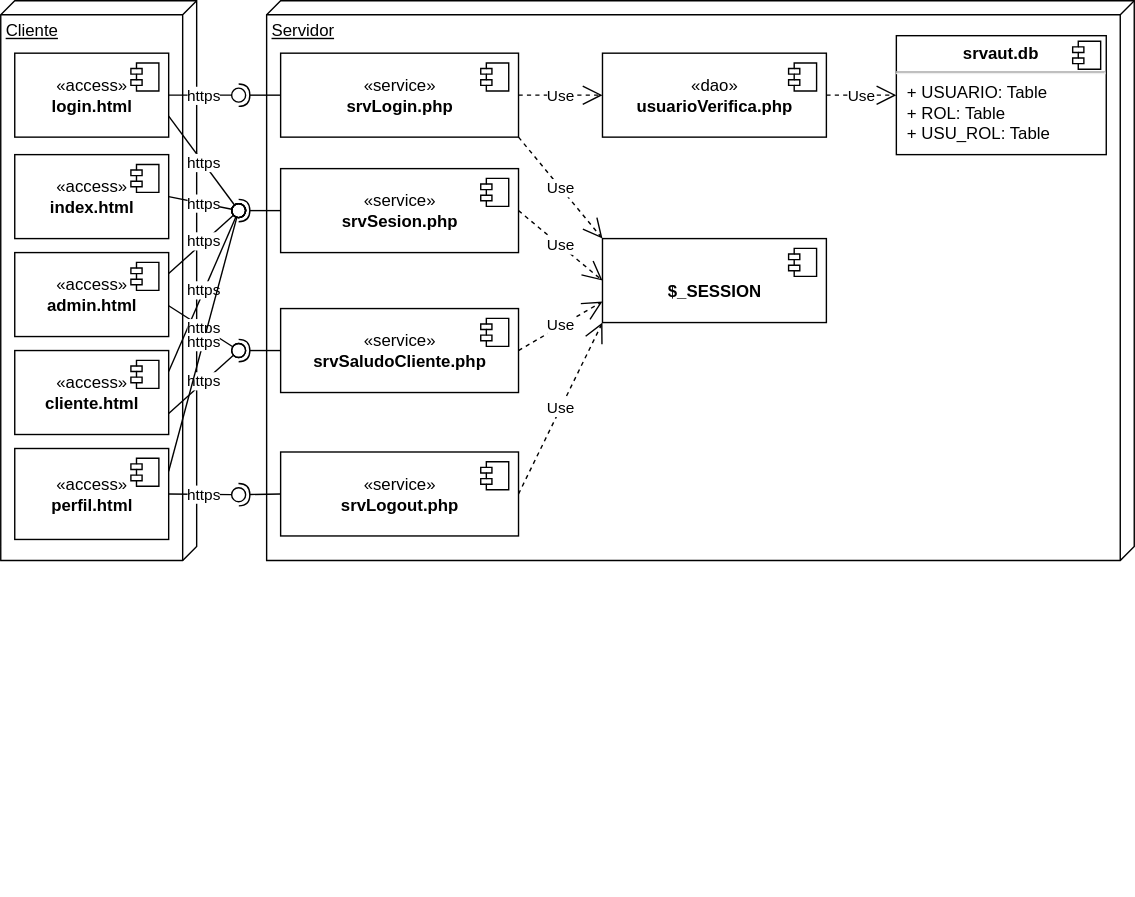
The draw.io diagram docs/img/m19aut/autdeploy.drawio.svg in gilpgawoas/gilpgawoas.github.io, before a commit. Source tidied: cells renumbered, new cells last; positions are measured from the earlier drawing's top-left corner, leaving out a move shared by most shapes.
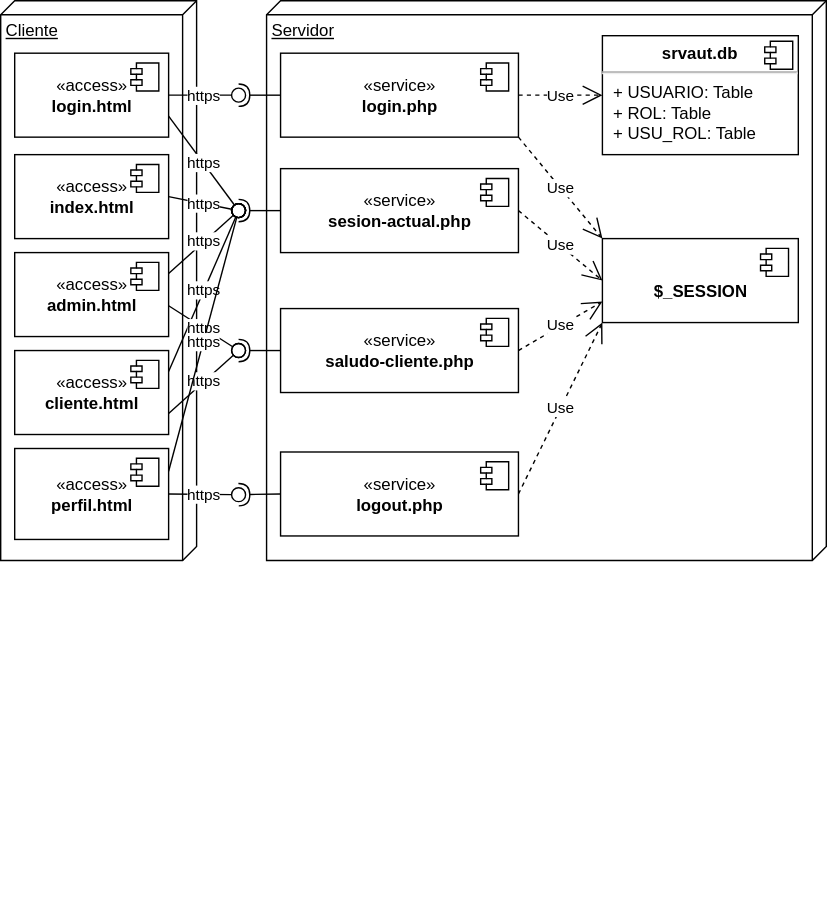
After the commit.

The edit, as a diff of the source:
```diff
@@ -14,9 +14,9 @@
       </mxGeometry>
     </mxCell>
     <mxCell id="5" value="Servidor" style="verticalAlign=top;align=left;spacingTop=8;spacingLeft=2;spacingRight=12;shape=cube;size=10;direction=south;fontStyle=4;html=1;" parent="1" vertex="1">
-      <mxGeometry x="190" width="620" height="400" as="geometry" />
+      <mxGeometry x="190" width="400" height="400" as="geometry" />
     </mxCell>
-    <mxCell id="6" value="«service»&lt;br&gt;&lt;b&gt;srvLogout.php&lt;/b&gt;" style="html=1;" parent="1" vertex="1">
+    <mxCell id="6" value="«service»&lt;br&gt;&lt;b&gt;logout.php&lt;/b&gt;" style="html=1;" parent="1" vertex="1">
       <mxGeometry x="200" y="322.5" width="170" height="60" as="geometry" />
     </mxCell>
     <mxCell id="7" style="shape=module;jettyWidth=8;jettyHeight=4;" parent="6" vertex="1">
@@ -31,22 +31,14 @@
       <mxGeometry relative="1" as="geometry" />
     </mxCell>
     <mxCell id="10" value="&lt;p style=&quot;margin:0px;margin-top:6px;text-align:center;&quot;&gt;&lt;b&gt;srvaut.db&lt;/b&gt;&lt;/p&gt;&lt;hr&gt;&lt;p style=&quot;margin:0px;margin-left:8px;&quot;&gt;+ USUARIO: Table&lt;/p&gt;&lt;p style=&quot;margin:0px;margin-left:8px;&quot;&gt;+ ROL: Table&lt;/p&gt;&lt;p style=&quot;margin:0px;margin-left:8px;&quot;&gt;+ USU_ROL: Table&lt;/p&gt;" style="align=left;overflow=fill;html=1;" parent="1" vertex="1">
-      <mxGeometry x="640" y="25" width="150" height="85" as="geometry" />
+      <mxGeometry x="430" y="25" width="140" height="85" as="geometry" />
     </mxCell>
     <mxCell id="11" style="shape=component;jettyWidth=8;jettyHeight=4;" parent="10" vertex="1">
       <mxGeometry x="1" width="20" height="20" relative="1" as="geometry">
         <mxPoint x="-24" y="4" as="offset" />
       </mxGeometry>
     </mxCell>
-    <mxCell id="12" value="«dao»&lt;br&gt;&lt;b style=&quot;border-color: var(--border-color);&quot;&gt;usuario&lt;/b&gt;&lt;b&gt;Verifica.php&lt;/b&gt;" style="html=1;" parent="1" vertex="1">
-      <mxGeometry x="430" y="37.5" width="160" height="60" as="geometry" />
-    </mxCell>
-    <mxCell id="13" style="shape=module;jettyWidth=8;jettyHeight=4;" parent="12" vertex="1">
-      <mxGeometry x="1" width="20" height="20" relative="1" as="geometry">
-        <mxPoint x="-27" y="7" as="offset" />
-      </mxGeometry>
-    </mxCell>
-    <mxCell id="14" value="Use" style="endArrow=open;endSize=12;dashed=1;html=1;rounded=0;exitX=1;exitY=0.5;exitDx=0;exitDy=0;entryX=0;entryY=0.5;entryDx=0;entryDy=0;" parent="1" edge="1" source="12" target="10">
+    <mxCell id="14" value="Use" style="endArrow=open;endSize=12;dashed=1;html=1;rounded=0;exitX=1;exitY=0.5;exitDx=0;exitDy=0;entryX=0;entryY=0.5;entryDx=0;entryDy=0;" parent="1" edge="1" source="21" target="10">
       <mxGeometry relative="1" as="geometry" />
     </mxCell>
     <mxCell id="15" value="«access»&lt;br&gt;&lt;b&gt;index.html&lt;/b&gt;" style="html=1;" parent="1" vertex="1">
@@ -66,14 +58,14 @@
       </mxGeometry>
     </mxCell>
     <mxCell id="19" value="&lt;br&gt;&lt;b&gt;$_SESSION&lt;/b&gt;" style="html=1;" parent="1" vertex="1">
-      <mxGeometry x="430" y="170" width="160" height="60" as="geometry" />
+      <mxGeometry x="430" y="170" width="140" height="60" as="geometry" />
     </mxCell>
     <mxCell id="20" style="shape=module;jettyWidth=8;jettyHeight=4;" parent="19" vertex="1">
       <mxGeometry x="1" width="20" height="20" relative="1" as="geometry">
         <mxPoint x="-27" y="7" as="offset" />
       </mxGeometry>
     </mxCell>
-    <mxCell id="21" value="«service»&lt;br&gt;&lt;b&gt;srvLogin&lt;/b&gt;&lt;b&gt;.php&lt;/b&gt;" style="html=1;" parent="1" vertex="1">
+    <mxCell id="21" value="«service»&lt;br&gt;&lt;b&gt;login&lt;/b&gt;&lt;b&gt;.php&lt;/b&gt;" style="html=1;" parent="1" vertex="1">
       <mxGeometry x="200" y="37.5" width="170" height="60" as="geometry" />
     </mxCell>
     <mxCell id="22" style="shape=module;jettyWidth=8;jettyHeight=4;" parent="21" vertex="1">
@@ -81,7 +73,7 @@
         <mxPoint x="-27" y="7" as="offset" />
       </mxGeometry>
     </mxCell>
-    <mxCell id="23" value="«service»&lt;br&gt;&lt;b&gt;srvSaludoCliente.php&lt;/b&gt;" style="html=1;" parent="1" vertex="1">
+    <mxCell id="23" value="«service»&lt;br&gt;&lt;b&gt;saludo-cliente.php&lt;/b&gt;" style="html=1;" parent="1" vertex="1">
       <mxGeometry x="200" y="220" width="170" height="60" as="geometry" />
     </mxCell>
     <mxCell id="24" style="shape=module;jettyWidth=8;jettyHeight=4;" parent="23" vertex="1">
@@ -98,7 +90,7 @@
         <mxPoint x="170" y="97.5" as="targetPoint" />
       </mxGeometry>
     </mxCell>
-    <mxCell id="27" value="«service»&lt;br&gt;&lt;b&gt;srvSesion&lt;/b&gt;&lt;b&gt;.php&lt;/b&gt;" style="html=1;" parent="1" vertex="1">
+    <mxCell id="27" value="«service»&lt;br&gt;&lt;b&gt;sesion-actual&lt;/b&gt;&lt;b&gt;.php&lt;/b&gt;" style="html=1;" parent="1" vertex="1">
       <mxGeometry x="200" y="120" width="170" height="60" as="geometry" />
     </mxCell>
     <mxCell id="28" style="shape=module;jettyWidth=8;jettyHeight=4;" parent="27" vertex="1">
@@ -124,9 +116,6 @@
     <mxCell id="34" style="ellipse;whiteSpace=wrap;html=1;align=center;fillColor=none;strokeColor=none;perimeter=centerPerimeter;" parent="1" vertex="1">
       <mxGeometry x="395" y="410" width="10" height="10" as="geometry" />
     </mxCell>
-    <mxCell id="35" value="Use" style="endArrow=open;endSize=12;dashed=1;html=1;rounded=0;entryX=0;entryY=0.5;entryDx=0;entryDy=0;exitX=1;exitY=0.5;exitDx=0;exitDy=0;" parent="1" edge="1" source="21" target="12">
-      <mxGeometry relative="1" as="geometry" />
-    </mxCell>
     <mxCell id="36" value="«access»&lt;br&gt;&lt;b&gt;admin.html&lt;/b&gt;" style="html=1;" parent="1" vertex="1">
       <mxGeometry x="10" y="180" width="110" height="60" as="geometry" />
     </mxCell>
```
